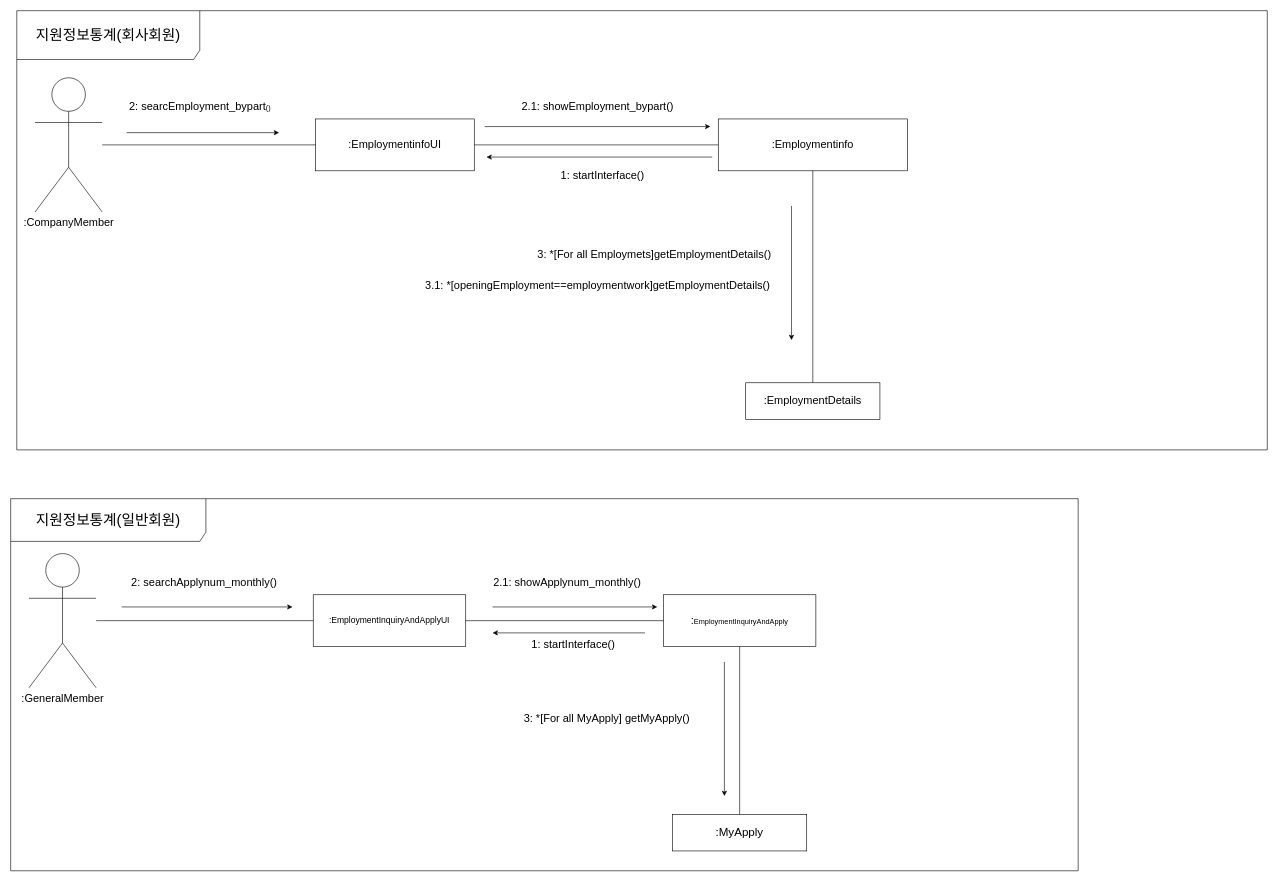
Before: communication-diagram-SYB.drawio in yongun2/2023-hongik-software-engineering, a draw.io diagram. Source tidied: cells renumbered, new cells numbered last; positions are measured from the earlier drawing's top-left corner, leaving out a move shared by most shapes. Both pictures are drawn from the tidied source at 61%, with x=0, y=0 at pixel (10, 10).
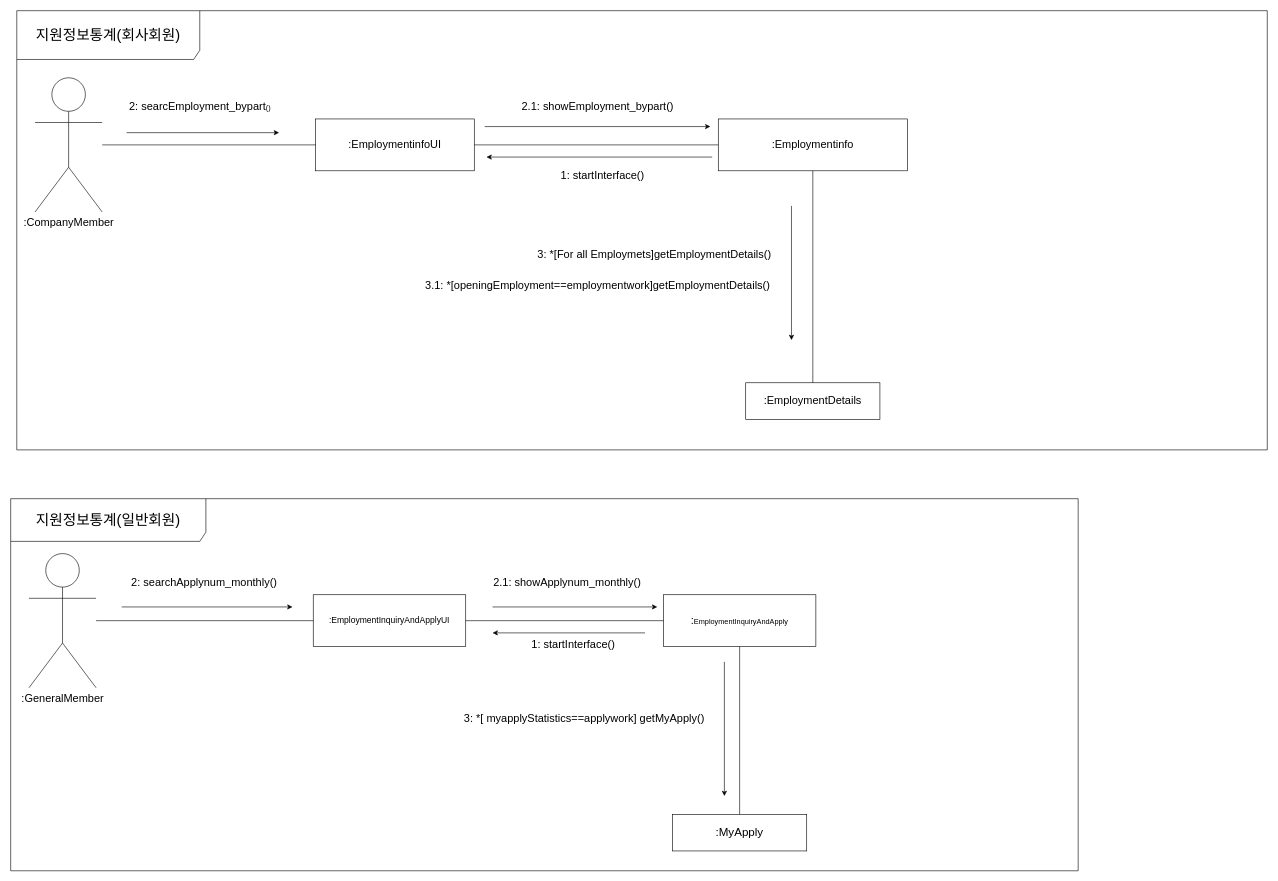
The same diagram, later.

The edit, as a diff of the source:
```diff
@@
-    <mxCell id="15" value="&lt;font style=&quot;font-size: 18px;&quot;&gt;3: *[For all MyApply] getMyApply()&lt;/font&gt;" style="text;html=1;align=center;verticalAlign=middle;strokeColor=none;fillColor=none;" parent="1" vertex="1">
-      <mxGeometry x="827" y="1140" width="300" height="40" as="geometry" />
+    <mxCell id="15" value="&lt;font style=&quot;font-size: 18px;&quot;&gt;3: *[ myapplyStatistics==applywork] getMyApply()&lt;/font&gt;" style="text;html=1;align=center;verticalAlign=middle;strokeColor=none;fillColor=none;" parent="1" vertex="1">
+      <mxGeometry x="730" y="1140" width="420" height="40" as="geometry" />
     </mxCell>
```
